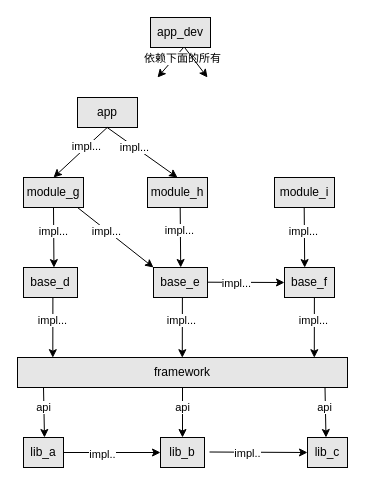
This is page "modules依赖" (8 of 11) of T9.drawio from shinecjj/UML, a draw.io file, before an edit. Source tidied: cells renumbered, new cells numbered last; positions are measured from the earlier drawing's top-left corner, leaving out a move shared by most shapes. Both pictures are drawn from the tidied source at 100%, with x=0, y=0 at pixel (17, 17).
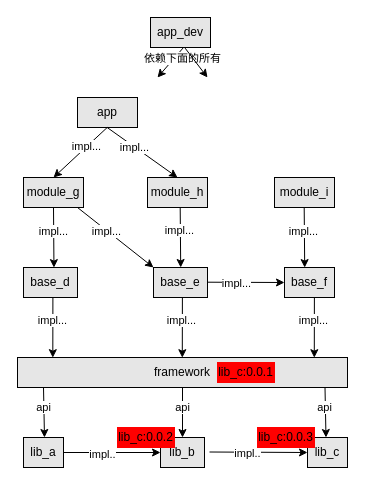
After the change.

The edit, as a diff of the source:
```diff
@@
+    <mxCell id="47" value="lib_c:0.0.3" style="text;html=1;strokeColor=#FF0000;fillColor=#FF0000;align=center;verticalAlign=middle;whiteSpace=wrap;rounded=0;" parent="1" vertex="1">
+      <mxGeometry x="240" y="410" width="57" height="20" as="geometry" />
+    </mxCell>
+    <mxCell id="48" value="lib_c:0.0.2" style="text;html=1;strokeColor=#FF0000;fillColor=#FF0000;align=center;verticalAlign=middle;whiteSpace=wrap;rounded=0;" parent="1" vertex="1">
+      <mxGeometry x="100" y="410" width="57" height="20" as="geometry" />
+    </mxCell>
+    <mxCell id="49" value="lib_c:0.0.1" style="text;html=1;strokeColor=#FF0000;fillColor=#FF0000;align=center;verticalAlign=middle;whiteSpace=wrap;rounded=0;" parent="1" vertex="1">
+      <mxGeometry x="200" y="345" width="57" height="20" as="geometry" />
+    </mxCell>
```
